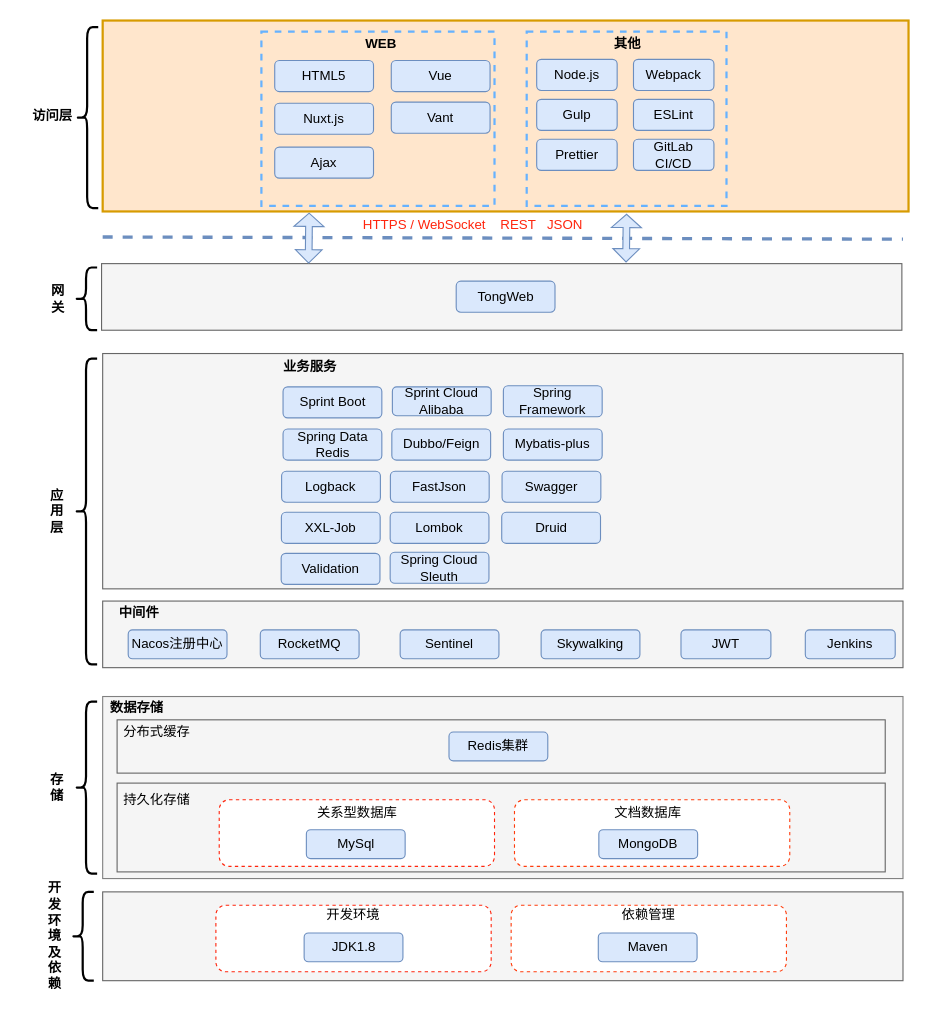
Above: 全文检索技术架构图.drawio in ammengke/my-drawio (draw.io), before the change. Source tidied: cells renumbered, new cells numbered last; positions are measured from the earlier drawing's top-left corner, leaving out a move shared by most shapes. Both pictures are drawn from the tidied source at 111%, with x=0, y=0 at pixel (19, 20).
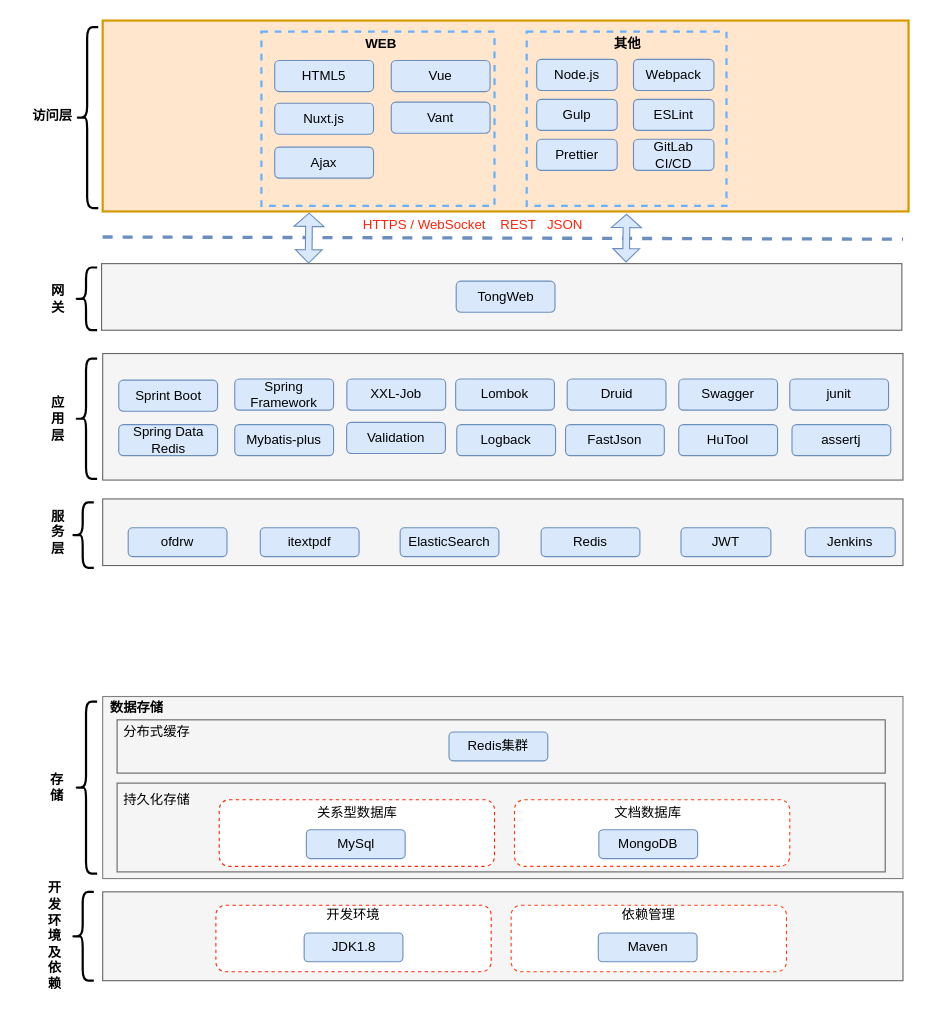
After the change.

Commit message (it also covers changes not shown here):
更新全文检索技术架构图.drawio

Diff of the diagram source:
```diff
@@
     <mxCell id="19" style="rounded=0;whiteSpace=wrap;html=1;strokeColor=#666666;fillColor=#f5f5f5;fontColor=#333333;fontFamily=Helvetica;" parent="1" vertex="1">
-      <mxGeometry x="75" y="523" width="721" height="60" as="geometry" />
+      <mxGeometry x="75" y="431" width="721" height="60" as="geometry" />
     </mxCell>
-    <mxCell id="20" value="中间件" style="text;html=1;strokeColor=none;fillColor=none;align=center;verticalAlign=middle;whiteSpace=wrap;rounded=0;fontStyle=1;fontFamily=Helvetica;" parent="1" vertex="1">
-      <mxGeometry x="70" y="519" width="76" height="30" as="geometry" />
-    </mxCell>
-    <mxCell id="21" value="Nacos注册中心" style="rounded=1;whiteSpace=wrap;html=1;strokeColor=#6c8ebf;fillColor=#dae8fc;fontFamily=Helvetica;" parent="1" vertex="1">
-      <mxGeometry x="98" y="549" width="89" height="26" as="geometry" />
+    <mxCell id="21" value="ofdrw" style="rounded=1;whiteSpace=wrap;html=1;strokeColor=#6c8ebf;fillColor=#dae8fc;fontFamily=Helvetica;" parent="1" vertex="1">
+      <mxGeometry x="98" y="457" width="89" height="26" as="geometry" />
     </mxCell>
-    <mxCell id="22" value="&lt;p class=&quot;MsoNormal&quot; style=&quot;font-size: 12px;&quot;&gt;&lt;span style=&quot;font-size: 12px;&quot;&gt;&lt;font style=&quot;font-size: 12px;&quot;&gt;RocketMQ&lt;/font&gt;&lt;/span&gt;&lt;/p&gt;" style="rounded=1;whiteSpace=wrap;html=1;strokeColor=#6c8ebf;fillColor=#dae8fc;fontFamily=Helvetica;fontSize=12;" parent="1" vertex="1">
-      <mxGeometry x="217" y="549" width="89" height="26" as="geometry" />
+    <mxCell id="22" value="&lt;p class=&quot;MsoNormal&quot; style=&quot;font-size: 12px;&quot;&gt;&lt;span style=&quot;font-size: 12px;&quot;&gt;&lt;font style=&quot;font-size: 12px;&quot;&gt;itextpdf&lt;/font&gt;&lt;/span&gt;&lt;/p&gt;" style="rounded=1;whiteSpace=wrap;html=1;strokeColor=#6c8ebf;fillColor=#dae8fc;fontFamily=Helvetica;fontSize=12;" parent="1" vertex="1">
+      <mxGeometry x="217" y="457" width="89" height="26" as="geometry" />
     </mxCell>
-    <mxCell id="23" value="&lt;p class=&quot;MsoNormal&quot;&gt;Sentinel&lt;br&gt;&lt;/p&gt;" style="rounded=1;whiteSpace=wrap;html=1;strokeColor=#6c8ebf;fillColor=#dae8fc;fontFamily=Helvetica;verticalAlign=middle;fontSize=12;" parent="1" vertex="1">
-      <mxGeometry x="343" y="549" width="89" height="26" as="geometry" />
+    <mxCell id="23" value="&lt;p class=&quot;MsoNormal&quot;&gt;ElasticSearch&lt;br&gt;&lt;/p&gt;" style="rounded=1;whiteSpace=wrap;html=1;strokeColor=#6c8ebf;fillColor=#dae8fc;fontFamily=Helvetica;verticalAlign=middle;fontSize=12;" parent="1" vertex="1">
+      <mxGeometry x="343" y="457" width="89" height="26" as="geometry" />
     </mxCell>
-    <mxCell id="24" value="&lt;p class=&quot;MsoNormal&quot;&gt;Skywalking&lt;br&gt;&lt;/p&gt;" style="rounded=1;whiteSpace=wrap;html=1;strokeColor=#6c8ebf;fillColor=#dae8fc;fontFamily=Helvetica;verticalAlign=middle;fontSize=12;" parent="1" vertex="1">
-      <mxGeometry x="470" y="549" width="89" height="26" as="geometry" />
+    <mxCell id="24" value="&lt;p class=&quot;MsoNormal&quot;&gt;Redis&lt;/p&gt;" style="rounded=1;whiteSpace=wrap;html=1;strokeColor=#6c8ebf;fillColor=#dae8fc;fontFamily=Helvetica;verticalAlign=middle;fontSize=12;" parent="1" vertex="1">
+      <mxGeometry x="470" y="457" width="89" height="26" as="geometry" />
     </mxCell>
     <mxCell id="25" value="&lt;p class=&quot;MsoNormal&quot; style=&quot;font-size: 12px;&quot;&gt;&lt;span style=&quot;font-size: 12px;&quot;&gt;&lt;font style=&quot;font-size: 12px;&quot;&gt;JWT&lt;/font&gt;&lt;/span&gt;&lt;/p&gt;" style="rounded=1;whiteSpace=wrap;html=1;strokeColor=#6c8ebf;fillColor=#dae8fc;fontFamily=Helvetica;fontSize=12;" parent="1" vertex="1">
-      <mxGeometry x="596" y="549" width="81" height="26" as="geometry" />
+      <mxGeometry x="596" y="457" width="81" height="26" as="geometry" />
     </mxCell>
     <mxCell id="26" style="rounded=0;whiteSpace=wrap;html=1;strokeColor=#666666;fillColor=#f5f5f5;fontColor=#333333;fontFamily=Helvetica;" parent="1" vertex="1">
-      <mxGeometry x="75" y="300" width="721" height="212" as="geometry" />
+      <mxGeometry x="75" y="300" width="721" height="114" as="geometry" />
     </mxCell>
-    <mxCell id="27" value="业务服务" style="text;html=1;strokeColor=none;fillColor=none;align=center;verticalAlign=middle;whiteSpace=wrap;rounded=0;fontStyle=1;fontFamily=Helvetica;" parent="1" vertex="1">
-      <mxGeometry x="223.5" y="297" width="76" height="30" as="geometry" />
-    </mxCell>
     <mxCell id="28" value="Sprint Boot" style="rounded=1;whiteSpace=wrap;html=1;strokeColor=#6c8ebf;fillColor=#dae8fc;fontFamily=Helvetica;" parent="1" vertex="1">
-      <mxGeometry x="237.5" y="330" width="89" height="28" as="geometry" />
+      <mxGeometry x="89.5" y="324" width="89" height="28" as="geometry" />
     </mxCell>
-    <mxCell id="29" value="Sprint Cloud Alibaba" style="rounded=1;whiteSpace=wrap;html=1;strokeColor=#6c8ebf;fillColor=#dae8fc;fontFamily=Helvetica;" parent="1" vertex="1">
-      <mxGeometry x="336" y="330" width="89" height="26" as="geometry" />
-    </mxCell>
     <mxCell id="30" value="Spring&lt;br&gt;Framework" style="rounded=1;whiteSpace=wrap;html=1;strokeColor=#6c8ebf;fillColor=#dae8fc;fontFamily=Helvetica;" parent="1" vertex="1">
-      <mxGeometry x="436" y="329" width="89" height="28" as="geometry" />
+      <mxGeometry x="194" y="323" width="89" height="28" as="geometry" />
     </mxCell>
-    <mxCell id="31" value="Dubbo/Feign" style="rounded=1;whiteSpace=wrap;html=1;strokeColor=#6c8ebf;fillColor=#dae8fc;fontFamily=Helvetica;" parent="1" vertex="1">
-      <mxGeometry x="335.5" y="368" width="89" height="28" as="geometry" />
-    </mxCell>
     <mxCell id="32" value="Mybatis-plus" style="rounded=1;whiteSpace=wrap;html=1;strokeColor=#6c8ebf;fillColor=#dae8fc;fontFamily=Helvetica;" parent="1" vertex="1">
-      <mxGeometry x="436" y="368" width="89" height="28" as="geometry" />
+      <mxGeometry x="194" y="364" width="89" height="28" as="geometry" />
     </mxCell>
     <mxCell id="33" value="Logback" style="rounded=1;whiteSpace=wrap;html=1;strokeColor=#6c8ebf;fillColor=#dae8fc;fontFamily=Helvetica;" parent="1" vertex="1">
-      <mxGeometry x="236.2" y="406" width="89" height="28" as="geometry" />
+      <mxGeometry x="394" y="364" width="89" height="28" as="geometry" />
     </mxCell>
     <mxCell id="34" value="FastJson" style="rounded=1;whiteSpace=wrap;html=1;strokeColor=#6c8ebf;fillColor=#dae8fc;fontFamily=Helvetica;" parent="1" vertex="1">
-      <mxGeometry x="334.2" y="406" width="89" height="28" as="geometry" />
+      <mxGeometry x="492" y="364" width="89" height="28" as="geometry" />
     </mxCell>
     <mxCell id="35" value="Swagger" style="rounded=1;whiteSpace=wrap;html=1;strokeColor=#6c8ebf;fillColor=#dae8fc;fontFamily=Helvetica;" parent="1" vertex="1">
-      <mxGeometry x="434.8" y="406" width="89" height="28" as="geometry" />
+      <mxGeometry x="594" y="323" width="89" height="28" as="geometry" />
     </mxCell>
     <mxCell id="36" value="XXL-Job" style="rounded=1;whiteSpace=wrap;html=1;strokeColor=#6c8ebf;fillColor=#dae8fc;fontFamily=Helvetica;" parent="1" vertex="1">
-      <mxGeometry x="236" y="443" width="89" height="28" as="geometry" />
+      <mxGeometry x="295" y="323" width="89" height="28" as="geometry" />
     </mxCell>
     <mxCell id="37" value="Lombok" style="rounded=1;whiteSpace=wrap;html=1;strokeColor=#6c8ebf;fillColor=#dae8fc;fontFamily=Helvetica;" parent="1" vertex="1">
-      <mxGeometry x="334" y="443" width="89" height="28" as="geometry" />
+      <mxGeometry x="393" y="323" width="89" height="28" as="geometry" />
     </mxCell>
     <mxCell id="38" value="Druid" style="rounded=1;whiteSpace=wrap;html=1;strokeColor=#6c8ebf;fillColor=#dae8fc;fontFamily=Helvetica;" parent="1" vertex="1">
-      <mxGeometry x="434.5" y="443" width="89" height="28" as="geometry" />
+      <mxGeometry x="493.5" y="323" width="89" height="28" as="geometry" />
     </mxCell>
     <mxCell id="39" value="Validation" style="rounded=1;whiteSpace=wrap;html=1;strokeColor=#6c8ebf;fillColor=#dae8fc;fontFamily=Helvetica;" parent="1" vertex="1">
-      <mxGeometry x="235.8" y="480" width="89" height="28" as="geometry" />
+      <mxGeometry x="294.8" y="362" width="89" height="28" as="geometry" />
     </mxCell>
     <mxCell id="40" style="shape=curlyBracket;whiteSpace=wrap;html=1;rounded=1;strokeColor=#000000;fontStyle=1;strokeWidth=2;fontFamily=Helvetica;" parent="1" vertex="1">
-      <mxGeometry x="50" y="304.5" width="20" height="275.5" as="geometry" />
+      <mxGeometry x="50" y="304.5" width="20" height="108.5" as="geometry" />
     </mxCell>
     <mxCell id="41" value="应&lt;div&gt;用&lt;/div&gt;&lt;div&gt;层&lt;/div&gt;" style="text;html=1;strokeColor=none;fillColor=none;align=center;verticalAlign=middle;whiteSpace=wrap;rounded=0;fontStyle=1;fontFamily=Helvetica;" parent="1" vertex="1">
-      <mxGeometry x="4" y="427.2" width="60" height="30" as="geometry" />
+      <mxGeometry x="5" y="343.8" width="60" height="30" as="geometry" />
     </mxCell>
@@
     <mxCell id="60" value="Spring Data Redis" style="rounded=1;whiteSpace=wrap;html=1;strokeColor=#6c8ebf;fillColor=#dae8fc;fontFamily=Helvetica;" parent="1" vertex="1">
-      <mxGeometry x="237.5" y="368" width="89" height="28" as="geometry" />
+      <mxGeometry x="89.5" y="364" width="89" height="28" as="geometry" />
     </mxCell>
     <mxCell id="61" value="&lt;p class=&quot;MsoNormal&quot; style=&quot;font-size: 12px&quot;&gt;&lt;span style=&quot;font-size: 12px&quot;&gt;&lt;font style=&quot;font-size: 12px&quot;&gt;Jenkins&lt;/font&gt;&lt;/span&gt;&lt;/p&gt;" style="rounded=1;whiteSpace=wrap;html=1;strokeColor=#6c8ebf;fillColor=#dae8fc;fontFamily=Helvetica;fontSize=12;" parent="1" vertex="1">
-      <mxGeometry x="708" y="549" width="81" height="26" as="geometry" />
+      <mxGeometry x="708" y="457" width="81" height="26" as="geometry" />
     </mxCell>
@@
-    <mxCell id="75" value="Spring Cloud Sleuth" style="rounded=1;whiteSpace=wrap;html=1;strokeColor=#6c8ebf;fillColor=#dae8fc;fontFamily=Helvetica;" parent="1" vertex="1">
-      <mxGeometry x="334" y="479" width="89" height="28" as="geometry" />
-    </mxCell>
+    <mxCell id="76" value="服&lt;div&gt;务&lt;/div&gt;&lt;div&gt;层&lt;/div&gt;" style="text;html=1;strokeColor=none;fillColor=none;align=center;verticalAlign=middle;whiteSpace=wrap;rounded=0;fontStyle=1;fontFamily=Helvetica;" parent="1" vertex="1">
+      <mxGeometry x="5" y="446" width="60" height="30" as="geometry" />
+    </mxCell>
+    <mxCell id="77" style="shape=curlyBracket;whiteSpace=wrap;html=1;rounded=1;strokeColor=#000000;fontStyle=1;strokeWidth=2;fontFamily=Helvetica;" parent="1" vertex="1">
+      <mxGeometry x="47" y="434" width="20" height="59" as="geometry" />
+    </mxCell>
+    <mxCell id="78" value="HuTool" style="rounded=1;whiteSpace=wrap;html=1;strokeColor=#6c8ebf;fillColor=#dae8fc;fontFamily=Helvetica;" parent="1" vertex="1">
+      <mxGeometry x="594" y="364" width="89" height="28" as="geometry" />
+    </mxCell>
+    <mxCell id="79" value="junit" style="rounded=1;whiteSpace=wrap;html=1;strokeColor=#6c8ebf;fillColor=#dae8fc;fontFamily=Helvetica;" parent="1" vertex="1">
+      <mxGeometry x="694" y="323" width="89" height="28" as="geometry" />
+    </mxCell>
+    <mxCell id="80" value="assertj" style="rounded=1;whiteSpace=wrap;html=1;strokeColor=#6c8ebf;fillColor=#dae8fc;fontFamily=Helvetica;" parent="1" vertex="1">
+      <mxGeometry x="696" y="364" width="89" height="28" as="geometry" />
+    </mxCell>
```
